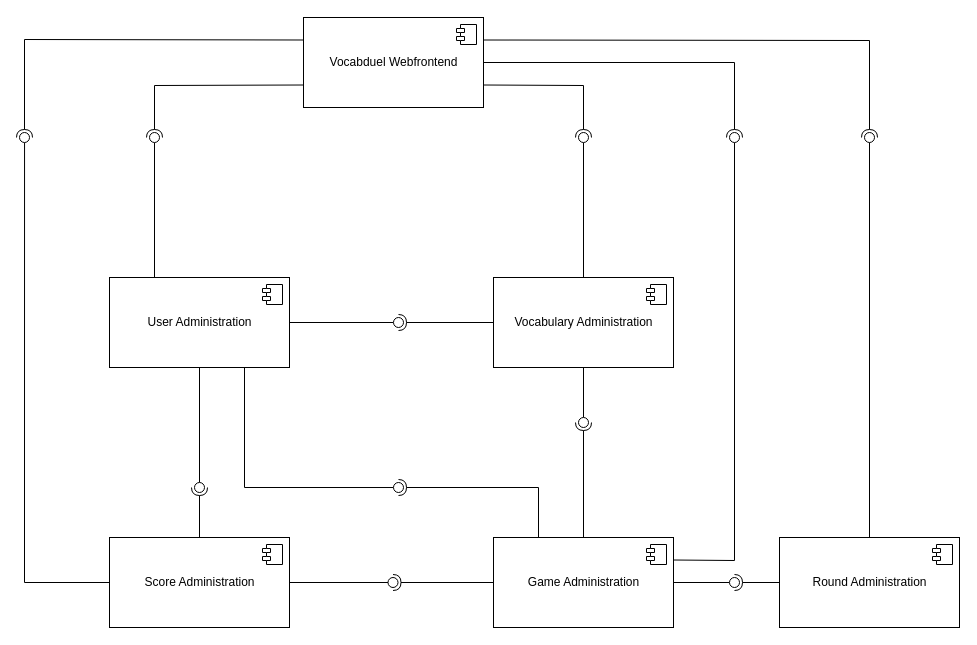
This is components_diagram.drawio from lucaslar/htw-kba-gr7-vocabduel-monorepo, a draw.io file, before an edit. Source tidied: cells renumbered, new cells numbered last; positions are measured from the earlier drawing's top-left corner, leaving out a move shared by most shapes. Both pictures are drawn from the tidied source at 100%, with x=0, y=0 at pixel (19, 17).
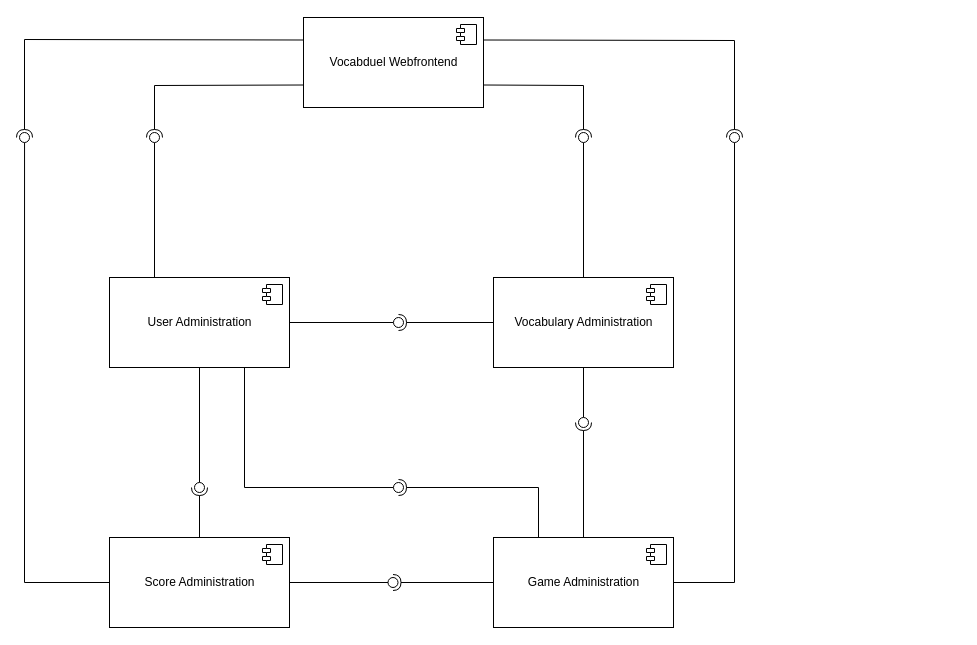
Above is the later version.

Commit message:
Removed round administration component from diagram.

Unchanged cells that the change refers to:
```xml
<mxCell id="6" value="Game Administration" style="html=1;" parent="1" vertex="1">
  <mxGeometry x="474" y="520" width="180" height="90" as="geometry" />
</mxCell>
<mxCell id="8" value="Vocabduel Webfrontend" style="html=1;" parent="1" vertex="1">
  <mxGeometry x="284" width="180" height="90" as="geometry" />
</mxCell>
<mxCell id="17" style="ellipse;whiteSpace=wrap;html=1;fontFamily=Helvetica;fontSize=12;fontColor=#000000;align=center;strokeColor=#000000;fillColor=#ffffff;points=[];" parent="1" vertex="1">
  <mxGeometry x="710" y="115" width="10" height="10" as="geometry" />
</mxCell>
```

Diff of the diagram source:
```diff
@@
-    <mxCell id="15" style="rounded=0;jettySize=auto;html=1;endArrow=none;endFill=0;exitX=1;exitY=0.25;exitDx=0;exitDy=0;" parent="1" edge="1" source="6" target="17">
+    <mxCell id="15" style="rounded=0;jettySize=auto;html=1;endArrow=none;endFill=0;exitX=1;exitY=0.5;exitDx=0;exitDy=0;" parent="1" edge="1" source="6" target="17">
       <mxGeometry relative="1" as="geometry">
         <Array as="points">
-          <mxPoint x="715" y="543" />
+          <mxPoint x="715" y="565" />
         </Array>
       </mxGeometry>
     </mxCell>
-    <mxCell id="16" style="rounded=0;jettySize=auto;html=1;endArrow=halfCircle;endFill=0;entryX=0.5;entryY=0.5;entryDx=0;entryDy=0;endSize=6;strokeWidth=1;exitX=1;exitY=0.5;exitDx=0;exitDy=0;" parent="1" edge="1" source="8" target="17">
+    <mxCell id="16" style="rounded=0;jettySize=auto;html=1;endArrow=halfCircle;endFill=0;entryX=0.5;entryY=0.5;entryDx=0;entryDy=0;endSize=6;strokeWidth=1;exitX=1;exitY=0.25;exitDx=0;exitDy=0;" parent="1" edge="1" source="8" target="17">
       <mxGeometry relative="1" as="geometry">
         <Array as="points">
-          <mxPoint x="715" y="45" />
+          <mxPoint x="715" y="23" />
         </Array>
       </mxGeometry>
     </mxCell>
@@
-    <mxCell id="36" value="Round Administration" style="html=1;" parent="1" vertex="1">
-      <mxGeometry x="760" y="520" width="180" height="90" as="geometry" />
-    </mxCell>
-    <mxCell id="37" style="shape=module;jettyWidth=8;jettyHeight=4;" parent="36" vertex="1">
-      <mxGeometry x="1" width="20" height="20" relative="1" as="geometry">
-        <mxPoint x="-27" y="7" as="offset" />
-      </mxGeometry>
-    </mxCell>
-    <mxCell id="38" style="rounded=0;jettySize=auto;html=1;endArrow=none;endFill=0;exitX=0.5;exitY=0;exitDx=0;exitDy=0;" parent="1" edge="1" source="36" target="40">
-      <mxGeometry relative="1" as="geometry" />
-    </mxCell>
-    <mxCell id="39" style="rounded=0;jettySize=auto;html=1;endArrow=halfCircle;endFill=0;entryX=0.5;entryY=0.5;entryDx=0;entryDy=0;endSize=6;strokeWidth=1;exitX=1;exitY=0.25;exitDx=0;exitDy=0;" parent="1" edge="1" source="8" target="40">
-      <mxGeometry relative="1" as="geometry">
-        <Array as="points">
-          <mxPoint x="850" y="23" />
-        </Array>
-      </mxGeometry>
-    </mxCell>
-    <mxCell id="40" style="ellipse;whiteSpace=wrap;html=1;fontFamily=Helvetica;fontSize=12;fontColor=#000000;align=center;strokeColor=#000000;fillColor=#ffffff;points=[];" parent="1" vertex="1">
-      <mxGeometry x="845" y="115" width="10" height="10" as="geometry" />
-    </mxCell>
-    <mxCell id="41" style="rounded=0;jettySize=auto;html=1;endArrow=none;endFill=0;exitX=1;exitY=0.5;exitDx=0;exitDy=0;" parent="1" edge="1" source="6" target="43">
-      <mxGeometry relative="1" as="geometry" />
-    </mxCell>
-    <mxCell id="42" style="rounded=0;jettySize=auto;html=1;endArrow=halfCircle;endFill=0;entryX=0.5;entryY=0.5;entryDx=0;entryDy=0;endSize=6;strokeWidth=1;exitX=0;exitY=0.5;exitDx=0;exitDy=0;" parent="1" edge="1" source="36" target="43">
-      <mxGeometry relative="1" as="geometry" />
-    </mxCell>
-    <mxCell id="43" style="ellipse;whiteSpace=wrap;html=1;fontFamily=Helvetica;fontSize=12;fontColor=#000000;align=center;strokeColor=#000000;fillColor=#ffffff;points=[];" parent="1" vertex="1">
-      <mxGeometry x="710" y="560" width="10" height="10" as="geometry" />
-    </mxCell>
```
